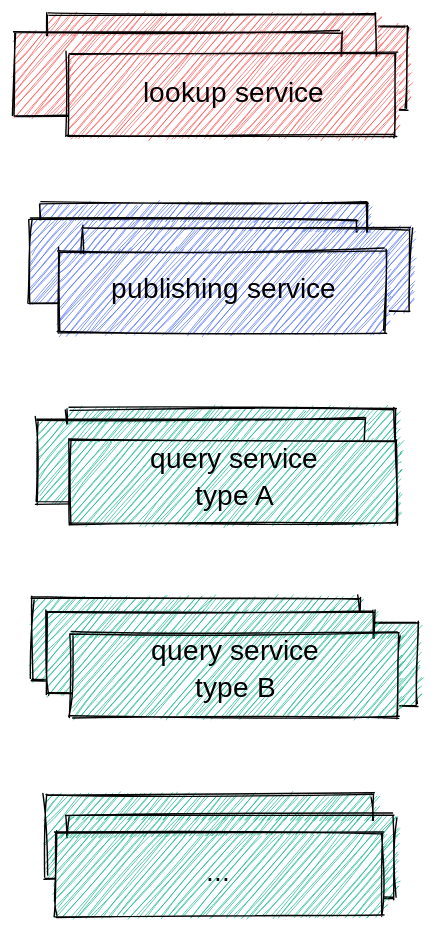
Above: images/services.svg in tkuhn/knowledge-space (Excalidraw), before the change. Source tidied: one line per element, renumbered; positions are measured from the earlier drawing's top-left corner, leaving out a move shared by most shapes. Source of this version:
```json
{"id": 0, "type": "rectangle", "strokeColor": "transparent", "backgroundColor": "#ffffff", "fillStyle": "solid", "strokeWidth": 1, "roughness": 1, "x": 19, "y": 137, "width": 234, "height": 59}
{"id": 1, "type": "rectangle", "strokeColor": "#000000", "backgroundColor": "#4c6ef5", "fillStyle": "hachure", "strokeWidth": 1, "roughness": 1, "x": 19, "y": 135, "width": 234, "height": 59}
{"id": 2, "type": "rectangle", "strokeColor": "transparent", "backgroundColor": "#ffffff", "fillStyle": "solid", "strokeWidth": 1, "roughness": 1, "x": 12, "y": 149, "width": 234, "height": 59}
{"id": 3, "type": "rectangle", "strokeColor": "#000000", "backgroundColor": "#4c6ef5", "fillStyle": "hachure", "strokeWidth": 1, "roughness": 1, "x": 11, "y": 147, "width": 234, "height": 59}
{"id": 4, "type": "rectangle", "strokeColor": "transparent", "backgroundColor": "#ffffff", "fillStyle": "solid", "strokeWidth": 1, "roughness": 1, "x": 50, "y": 155, "width": 234, "height": 59}
{"id": 5, "type": "rectangle", "strokeColor": "#000000", "backgroundColor": "#4c6ef5", "fillStyle": "hachure", "strokeWidth": 1, "roughness": 1, "x": 49, "y": 153, "width": 234, "height": 59}
{"id": 6, "type": "rectangle", "strokeColor": "transparent", "backgroundColor": "#ffffff", "fillStyle": "solid", "strokeWidth": 1, "roughness": 1, "x": 33, "y": 171, "width": 234, "height": 59}
{"id": 7, "type": "rectangle", "strokeColor": "#000000", "backgroundColor": "#4c6ef5", "fillStyle": "hachure", "strokeWidth": 1, "roughness": 1, "x": 32, "y": 169, "width": 234, "height": 59}
{"id": 8, "type": "text", "text": "publishing service", "strokeColor": "#000000", "backgroundColor": "#228be6", "fillStyle": "solid", "strokeWidth": 1, "roughness": 1, "fontSize": 20, "fontFamily": 1, "textAlign": "center", "x": 69, "y": 185, "width": 162, "height": 26}
{"id": 9, "type": "rectangle", "strokeColor": "transparent", "backgroundColor": "#ffffff", "fillStyle": "solid", "strokeWidth": 1, "roughness": 1, "x": 47, "y": 11, "width": 234, "height": 59}
{"id": 10, "type": "rectangle", "strokeColor": "#000000", "backgroundColor": "#fa5252", "fillStyle": "hachure", "strokeWidth": 1, "roughness": 1, "x": 47, "y": 9, "width": 234, "height": 59}
{"id": 11, "type": "rectangle", "strokeColor": "transparent", "backgroundColor": "#ffffff", "fillStyle": "solid", "strokeWidth": 1, "roughness": 1, "x": 25, "y": 2, "width": 234, "height": 59}
{"id": 12, "type": "rectangle", "strokeColor": "#000000", "backgroundColor": "#fa5252", "fillStyle": "hachure", "strokeWidth": 1, "roughness": 1, "x": 25, "y": 0, "width": 234, "height": 59}
{"id": 13, "type": "rectangle", "strokeColor": "transparent", "backgroundColor": "#ffffff", "fillStyle": "solid", "strokeWidth": 1, "roughness": 1, "x": 1, "y": 15, "width": 234, "height": 59}
{"id": 14, "type": "rectangle", "strokeColor": "#000000", "backgroundColor": "#fa5252", "fillStyle": "hachure", "strokeWidth": 1, "roughness": 1, "x": 0, "y": 13, "width": 234, "height": 59}
{"id": 15, "type": "rectangle", "strokeColor": "transparent", "backgroundColor": "#ffffff", "fillStyle": "solid", "strokeWidth": 1, "roughness": 1, "x": 40, "y": 30, "width": 234, "height": 59}
{"id": 16, "type": "rectangle", "strokeColor": "#000000", "backgroundColor": "#fa5252", "fillStyle": "hachure", "strokeWidth": 1, "roughness": 1, "x": 39, "y": 28, "width": 234, "height": 59}
{"id": 17, "type": "text", "text": "lookup service", "strokeColor": "#000000", "backgroundColor": "#228be6", "fillStyle": "solid", "strokeWidth": 1, "roughness": 1, "fontSize": 20, "fontFamily": 1, "textAlign": "center", "x": 89, "y": 45, "width": 135, "height": 26}
{"id": 18, "type": "rectangle", "strokeColor": "transparent", "backgroundColor": "#ffffff", "fillStyle": "solid", "strokeWidth": 1, "roughness": 1, "x": 39, "y": 284, "width": 234, "height": 59}
{"id": 19, "type": "rectangle", "strokeColor": "#000000", "backgroundColor": "#12b886", "fillStyle": "hachure", "strokeWidth": 1, "roughness": 1, "x": 39, "y": 282, "width": 234, "height": 59}
{"id": 20, "type": "rectangle", "strokeColor": "transparent", "backgroundColor": "#ffffff", "fillStyle": "solid", "strokeWidth": 1, "roughness": 1, "x": 17, "y": 292, "width": 234, "height": 59}
{"id": 21, "type": "rectangle", "strokeColor": "#000000", "backgroundColor": "#12b886", "fillStyle": "hachure", "strokeWidth": 1, "roughness": 1, "x": 16, "y": 289, "width": 234, "height": 59}
{"id": 22, "type": "rectangle", "strokeColor": "transparent", "backgroundColor": "#ffffff", "fillStyle": "solid", "strokeWidth": 1, "roughness": 1, "x": 40, "y": 307, "width": 234, "height": 59}
{"id": 23, "type": "rectangle", "strokeColor": "#000000", "backgroundColor": "#12b886", "fillStyle": "hachure", "strokeWidth": 1, "roughness": 1, "x": 39, "y": 305, "width": 234, "height": 59}
{"id": 24, "type": "text", "text": "query service\ntype A", "strokeColor": "#000000", "backgroundColor": "#228be6", "fillStyle": "solid", "strokeWidth": 1, "roughness": 1, "fontSize": 20, "fontFamily": 1, "textAlign": "center", "x": 94, "y": 305, "width": 127, "height": 53}
{"id": 25, "type": "rectangle", "strokeColor": "transparent", "backgroundColor": "#ffffff", "fillStyle": "solid", "strokeWidth": 1, "roughness": 1, "x": 13, "y": 419, "width": 234, "height": 59}
{"id": 26, "type": "rectangle", "strokeColor": "#000000", "backgroundColor": "#12b886", "fillStyle": "hachure", "strokeWidth": 1, "roughness": 1, "x": 13, "y": 417, "width": 234, "height": 59}
{"id": 27, "type": "rectangle", "strokeColor": "transparent", "backgroundColor": "#ffffff", "fillStyle": "solid", "strokeWidth": 1, "roughness": 1, "x": 55, "y": 437, "width": 234, "height": 59}
{"id": 28, "type": "rectangle", "strokeColor": "#000000", "backgroundColor": "#12b886", "fillStyle": "hachure", "strokeWidth": 1, "roughness": 1, "x": 54, "y": 435, "width": 234, "height": 59}
{"id": 29, "type": "rectangle", "strokeColor": "transparent", "backgroundColor": "#ffffff", "fillStyle": "solid", "strokeWidth": 1, "roughness": 1, "x": 24, "y": 429, "width": 234, "height": 59}
{"id": 30, "type": "rectangle", "strokeColor": "#000000", "backgroundColor": "#12b886", "fillStyle": "hachure", "strokeWidth": 1, "roughness": 1, "x": 24, "y": 426, "width": 234, "height": 59}
{"id": 31, "type": "rectangle", "strokeColor": "transparent", "backgroundColor": "#ffffff", "fillStyle": "solid", "strokeWidth": 1, "roughness": 1, "x": 41, "y": 444, "width": 234, "height": 59}
{"id": 32, "type": "rectangle", "strokeColor": "#000000", "backgroundColor": "#12b886", "fillStyle": "hachure", "strokeWidth": 1, "roughness": 1, "x": 40, "y": 442, "width": 234, "height": 59}
{"id": 33, "type": "text", "text": "query service\ntype B", "strokeColor": "#000000", "backgroundColor": "#228be6", "fillStyle": "solid", "strokeWidth": 1, "roughness": 1, "fontSize": 20, "fontFamily": 1, "textAlign": "center", "x": 95, "y": 443, "width": 127, "height": 53}
{"id": 34, "type": "rectangle", "strokeColor": "transparent", "backgroundColor": "#ffffff", "fillStyle": "solid", "strokeWidth": 1, "roughness": 1, "x": 23, "y": 560, "width": 234, "height": 59}
{"id": 35, "type": "rectangle", "strokeColor": "#000000", "backgroundColor": "#12b886", "fillStyle": "hachure", "strokeWidth": 1, "roughness": 1, "x": 23, "y": 557, "width": 234, "height": 59}
{"id": 36, "type": "rectangle", "strokeColor": "transparent", "backgroundColor": "#ffffff", "fillStyle": "solid", "strokeWidth": 1, "roughness": 1, "x": 38, "y": 574, "width": 234, "height": 59}
{"id": 37, "type": "rectangle", "strokeColor": "#000000", "backgroundColor": "#12b886", "fillStyle": "hachure", "strokeWidth": 1, "roughness": 1, "x": 38, "y": 572, "width": 234, "height": 59}
{"id": 38, "type": "rectangle", "strokeColor": "transparent", "backgroundColor": "#ffffff", "fillStyle": "solid", "strokeWidth": 1, "roughness": 1, "x": 30, "y": 587, "width": 234, "height": 59}
{"id": 39, "type": "rectangle", "strokeColor": "#000000", "backgroundColor": "#12b886", "fillStyle": "hachure", "strokeWidth": 1, "roughness": 1, "x": 29, "y": 585, "width": 234, "height": 59}
{"id": 40, "type": "text", "text": "...", "strokeColor": "#000000", "backgroundColor": "#228be6", "fillStyle": "solid", "strokeWidth": 1, "roughness": 1, "fontSize": 20, "fontFamily": 1, "textAlign": "center", "x": 137, "y": 601, "width": 17, "height": 26}
```
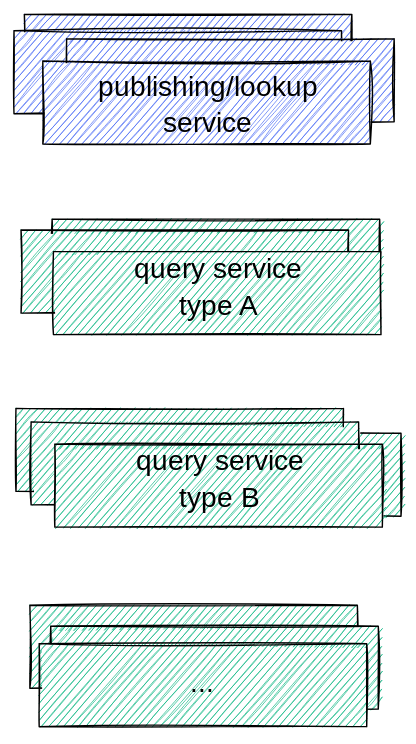
Above is the later version.

Commit message:
Merge lookup with publishing services

Change to the diagram source:
```diff
@@ -6,16 +6,7 @@
 {"id": 5, "type": "rectangle", "strokeColor": "#000000", "backgroundColor": "#4c6ef5", "fillStyle": "hachure", "strokeWidth": 1, "roughness": 1, "x": 49, "y": 153, "width": 234, "height": 59}
 {"id": 6, "type": "rectangle", "strokeColor": "transparent", "backgroundColor": "#ffffff", "fillStyle": "solid", "strokeWidth": 1, "roughness": 1, "x": 33, "y": 171, "width": 234, "height": 59}
 {"id": 7, "type": "rectangle", "strokeColor": "#000000", "backgroundColor": "#4c6ef5", "fillStyle": "hachure", "strokeWidth": 1, "roughness": 1, "x": 32, "y": 169, "width": 234, "height": 59}
-{"id": 8, "type": "text", "text": "publishing service", "strokeColor": "#000000", "backgroundColor": "#228be6", "fillStyle": "solid", "strokeWidth": 1, "roughness": 1, "fontSize": 20, "fontFamily": 1, "textAlign": "center", "x": 69, "y": 185, "width": 162, "height": 26}
+{"id": 8, "type": "text", "text": "publishing/lookup\nservice", "strokeColor": "#000000", "backgroundColor": "#228be6", "fillStyle": "solid", "strokeWidth": 1, "roughness": 1, "fontSize": 20, "fontFamily": 1, "textAlign": "center", "x": 73, "y": 176, "width": 154, "height": 52}
-{"id": 9, "type": "rectangle", "strokeColor": "transparent", "backgroundColor": "#ffffff", "fillStyle": "solid", "strokeWidth": 1, "roughness": 1, "x": 47, "y": 11, "width": 234, "height": 59}
-{"id": 10, "type": "rectangle", "strokeColor": "#000000", "backgroundColor": "#fa5252", "fillStyle": "hachure", "strokeWidth": 1, "roughness": 1, "x": 47, "y": 9, "width": 234, "height": 59}
-{"id": 11, "type": "rectangle", "strokeColor": "transparent", "backgroundColor": "#ffffff", "fillStyle": "solid", "strokeWidth": 1, "roughness": 1, "x": 25, "y": 2, "width": 234, "height": 59}
-{"id": 12, "type": "rectangle", "strokeColor": "#000000", "backgroundColor": "#fa5252", "fillStyle": "hachure", "strokeWidth": 1, "roughness": 1, "x": 25, "y": 0, "width": 234, "height": 59}
-{"id": 13, "type": "rectangle", "strokeColor": "transparent", "backgroundColor": "#ffffff", "fillStyle": "solid", "strokeWidth": 1, "roughness": 1, "x": 1, "y": 15, "width": 234, "height": 59}
-{"id": 14, "type": "rectangle", "strokeColor": "#000000", "backgroundColor": "#fa5252", "fillStyle": "hachure", "strokeWidth": 1, "roughness": 1, "x": 0, "y": 13, "width": 234, "height": 59}
-{"id": 15, "type": "rectangle", "strokeColor": "transparent", "backgroundColor": "#ffffff", "fillStyle": "solid", "strokeWidth": 1, "roughness": 1, "x": 40, "y": 30, "width": 234, "height": 59}
-{"id": 16, "type": "rectangle", "strokeColor": "#000000", "backgroundColor": "#fa5252", "fillStyle": "hachure", "strokeWidth": 1, "roughness": 1, "x": 39, "y": 28, "width": 234, "height": 59}
-{"id": 17, "type": "text", "text": "lookup service", "strokeColor": "#000000", "backgroundColor": "#228be6", "fillStyle": "solid", "strokeWidth": 1, "roughness": 1, "fontSize": 20, "fontFamily": 1, "textAlign": "center", "x": 89, "y": 45, "width": 135, "height": 26}
 {"id": 18, "type": "rectangle", "strokeColor": "transparent", "backgroundColor": "#ffffff", "fillStyle": "solid", "strokeWidth": 1, "roughness": 1, "x": 39, "y": 284, "width": 234, "height": 59}
 {"id": 19, "type": "rectangle", "strokeColor": "#000000", "backgroundColor": "#12b886", "fillStyle": "hachure", "strokeWidth": 1, "roughness": 1, "x": 39, "y": 282, "width": 234, "height": 59}
 {"id": 20, "type": "rectangle", "strokeColor": "transparent", "backgroundColor": "#ffffff", "fillStyle": "solid", "strokeWidth": 1, "roughness": 1, "x": 17, "y": 292, "width": 234, "height": 59}
```
